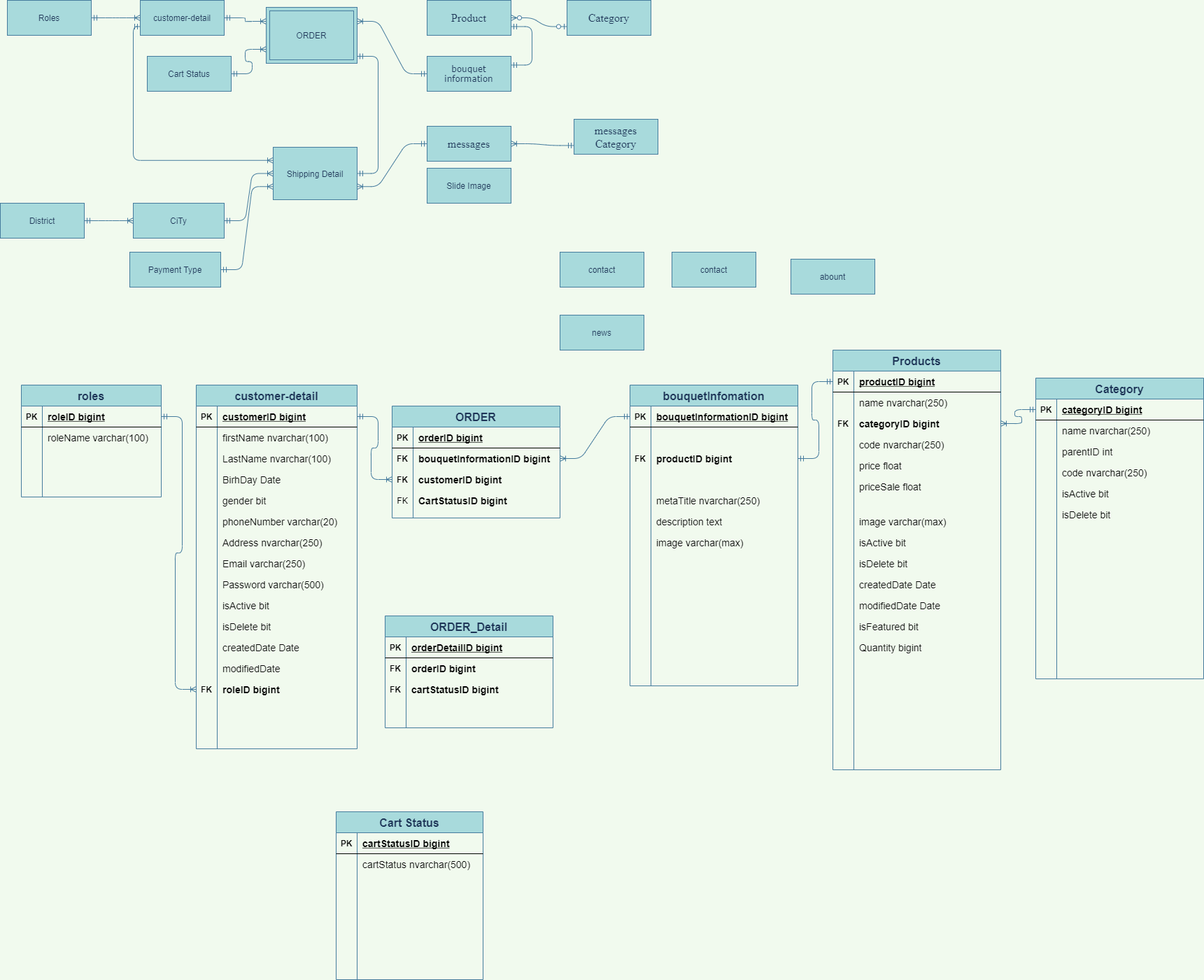
Earlier version of the draw.io export Untitled Diagram.png (maialino123/Eproject-SEM3). Source tidied: cells renumbered, new cells last; positions are measured from the earlier drawing's top-left corner, leaving out a move shared by most shapes.
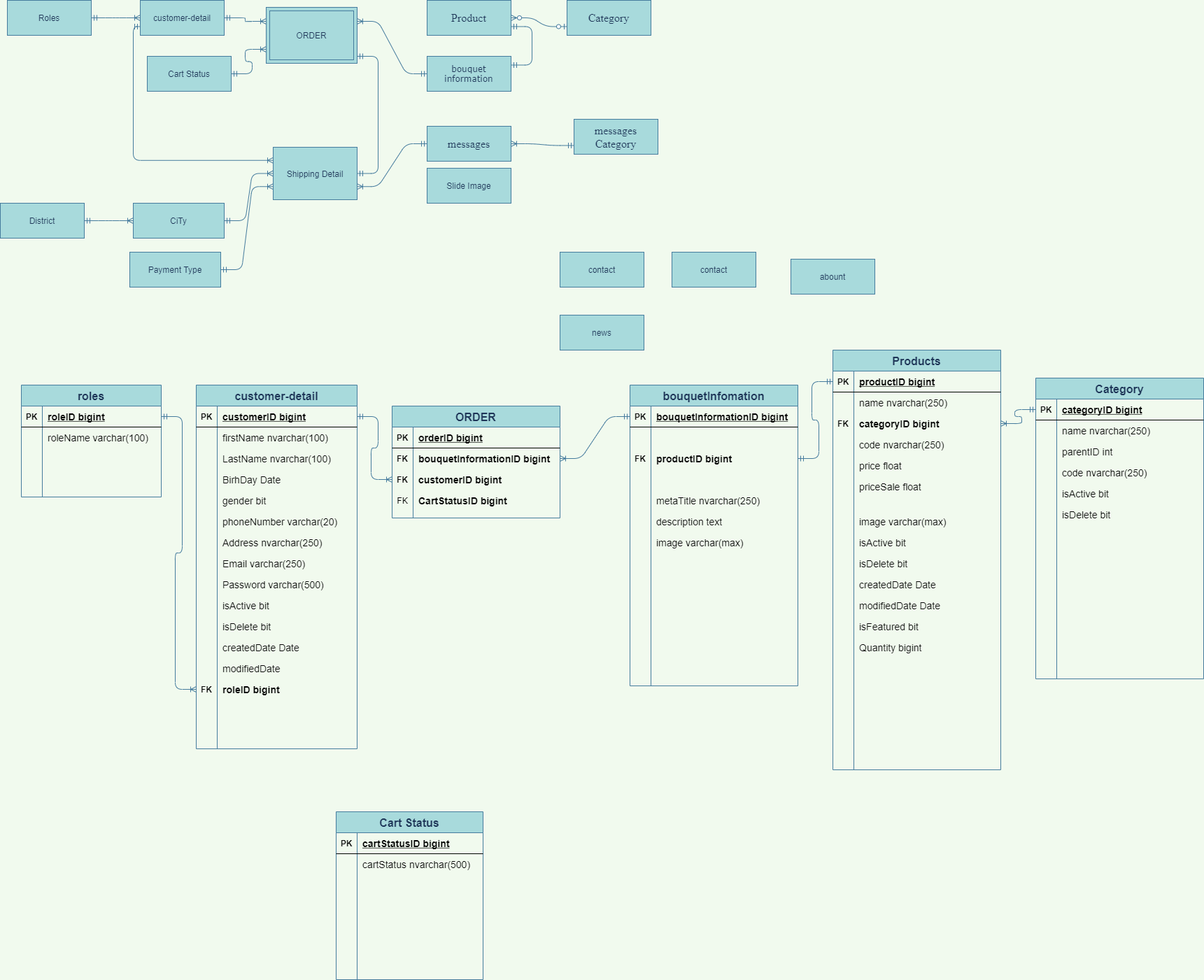
Above is the later version.

Change to the diagram source:
```diff
@@ -661,45 +661,6 @@
     <mxCell id="220" style="edgeStyle=entityRelationEdgeStyle;fontSize=12;html=1;endArrow=ERoneToMany;startArrow=ERmandOne;fontColor=#1D3557;strokeColor=#457B9D;fillColor=#A8DADC;labelBackgroundColor=#F1FAEE;exitX=0;exitY=0.5;exitDx=0;exitDy=0;entryX=1;entryY=0.5;entryDx=0;entryDy=0;" parent="1" edge="1" source="169" target="115">
       <mxGeometry relative="1" as="geometry" />
     </mxCell>
-    <mxCell id="221" value="ORDER_Detail" style="shape=table;startSize=30;rowLines=0;fontStyle=1;align=center;rounded=0;sketch=0;fontSize=16;fontColor=#1D3557;strokeColor=#457B9D;fillColor=#A8DADC;" parent="1" vertex="1">
-      <mxGeometry x="550" y="880" width="240" height="160" as="geometry" />
-    </mxCell>
-    <mxCell id="222" style="shape=partialRectangle;fillColor=none;top=0;left=0;bottom=1;right=0;" parent="221" vertex="1">
-      <mxGeometry y="30" width="240" height="30" as="geometry" />
-    </mxCell>
-    <mxCell id="223" value="PK" style="shape=partialRectangle;fillColor=none;top=0;left=0;bottom=0;right=0;fontStyle=1;overflow=hidden;" parent="222" vertex="1">
-      <mxGeometry width="30" height="30" as="geometry" />
-    </mxCell>
-    <mxCell id="224" value="orderDetailID bigint" style="shape=partialRectangle;fillColor=none;top=0;left=0;bottom=0;right=0;align=left;spacingLeft=6;fontStyle=5;overflow=hidden;fontSize=14;" parent="222" vertex="1">
-      <mxGeometry x="30" width="210" height="30" as="geometry" />
-    </mxCell>
-    <mxCell id="225" style="shape=partialRectangle;fillColor=none;top=0;left=0;bottom=0;right=0;" parent="221" vertex="1">
-      <mxGeometry y="60" width="240" height="30" as="geometry" />
-    </mxCell>
-    <mxCell id="226" value="FK" style="shape=partialRectangle;fillColor=none;top=0;left=0;bottom=0;right=0;overflow=hidden;fontStyle=1;" parent="225" vertex="1">
-      <mxGeometry width="30" height="30" as="geometry" />
-    </mxCell>
-    <mxCell id="227" value="orderID bigint" style="shape=partialRectangle;fillColor=none;top=0;left=0;bottom=0;right=0;align=left;spacingLeft=6;overflow=hidden;fontSize=14;fontStyle=1;" parent="225" vertex="1">
-      <mxGeometry x="30" width="210" height="30" as="geometry" />
-    </mxCell>
-    <mxCell id="228" style="shape=partialRectangle;fillColor=none;top=0;left=0;bottom=0;right=0;" parent="221" vertex="1">
-      <mxGeometry y="90" width="240" height="30" as="geometry" />
-    </mxCell>
-    <mxCell id="229" value="FK" style="shape=partialRectangle;fillColor=none;top=0;left=0;bottom=0;right=0;overflow=hidden;fontStyle=1;" parent="228" vertex="1">
-      <mxGeometry width="30" height="30" as="geometry" />
-    </mxCell>
-    <mxCell id="230" value="cartStatusID bigint" style="shape=partialRectangle;fillColor=none;top=0;left=0;bottom=0;right=0;align=left;spacingLeft=6;overflow=hidden;fontSize=14;fontStyle=1;" parent="228" vertex="1">
-      <mxGeometry x="30" width="210" height="30" as="geometry" />
-    </mxCell>
-    <mxCell id="231" style="shape=partialRectangle;fillColor=none;top=0;left=0;bottom=0;right=0;" parent="221" vertex="1">
-      <mxGeometry y="120" width="240" height="30" as="geometry" />
-    </mxCell>
-    <mxCell id="232" style="shape=partialRectangle;fillColor=none;top=0;left=0;bottom=0;right=0;overflow=hidden;" parent="231" vertex="1">
-      <mxGeometry width="30" height="30" as="geometry" />
-    </mxCell>
-    <mxCell id="233" style="shape=partialRectangle;fillColor=none;top=0;left=0;bottom=0;right=0;align=left;spacingLeft=6;overflow=hidden;" parent="231" vertex="1">
-      <mxGeometry x="30" width="210" height="30" as="geometry" />
-    </mxCell>
     <mxCell id="234" style="edgeStyle=orthogonalEdgeStyle;fontSize=12;html=1;endArrow=ERoneToMany;startArrow=ERmandOne;fontColor=#1D3557;strokeColor=#457B9D;fillColor=#A8DADC;entryX=0;entryY=0.25;entryDx=0;entryDy=0;exitX=0;exitY=0.75;exitDx=0;exitDy=0;labelBackgroundColor=#F1FAEE;" parent="1" edge="1" source="2" target="21">
       <mxGeometry relative="1" as="geometry" />
     </mxCell>
```
